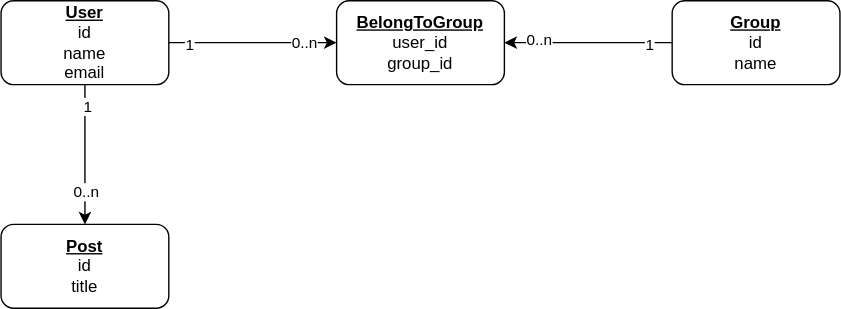
Above: sample.drawio.svg in shimopino/typeorm-practices (draw.io), before the change. Source tidied: cells renumbered, new cells last; positions are measured from the earlier drawing's top-left corner, leaving out a move shared by most shapes. Its diagram source:
```xml
<mxGraphModel>
  <root>
    <mxCell id="0" />
    <mxCell id="1" parent="0" />
    <mxCell id="2" style="edgeStyle=none;html=1;entryX=0;entryY=0.5;entryDx=0;entryDy=0;" parent="1" edge="1" source="8" target="13">
      <mxGeometry relative="1" as="geometry" />
    </mxCell>
    <mxCell id="3" value="1" style="edgeLabel;html=1;align=center;verticalAlign=middle;" parent="2" vertex="1">
      <mxGeometry x="-0.77" y="-1" relative="1" as="geometry" />
    </mxCell>
    <mxCell id="4" value="0..n" style="edgeLabel;html=1;align=center;verticalAlign=middle;" parent="2" vertex="1">
      <mxGeometry x="0.6" y="1" relative="1" as="geometry" />
    </mxCell>
    <mxCell id="5" style="edgeStyle=none;html=1;entryX=0.5;entryY=0;entryDx=0;entryDy=0;" parent="1" edge="1" source="8" target="14">
      <mxGeometry relative="1" as="geometry" />
    </mxCell>
    <mxCell id="6" value="1" style="edgeLabel;html=1;align=center;verticalAlign=middle;" parent="5" vertex="1">
      <mxGeometry x="-0.7" y="1" relative="1" as="geometry" />
    </mxCell>
    <mxCell id="7" value="0..n" style="edgeLabel;html=1;align=center;verticalAlign=middle;" parent="5" vertex="1">
      <mxGeometry x="0.52" y="3" relative="1" as="geometry">
        <mxPoint x="-3" as="offset" />
      </mxGeometry>
    </mxCell>
    <mxCell id="8" value="&lt;b&gt;&lt;u&gt;User&lt;/u&gt;&lt;/b&gt;&lt;br&gt;id&lt;br&gt;name&lt;br&gt;email" style="rounded=1;whiteSpace=wrap;html=1;" parent="1" vertex="1">
      <mxGeometry width="120" height="60" as="geometry" />
    </mxCell>
    <mxCell id="9" style="edgeStyle=none;html=1;entryX=1;entryY=0.5;entryDx=0;entryDy=0;" parent="1" edge="1" source="12" target="13">
      <mxGeometry relative="1" as="geometry" />
    </mxCell>
    <mxCell id="10" value="1" style="edgeLabel;html=1;align=center;verticalAlign=middle;" parent="9" vertex="1">
      <mxGeometry x="-0.72" y="1" relative="1" as="geometry" />
    </mxCell>
    <mxCell id="11" value="0..n" style="edgeLabel;html=1;align=center;verticalAlign=middle;" parent="9" vertex="1">
      <mxGeometry x="0.6" y="-3" relative="1" as="geometry" />
    </mxCell>
    <mxCell id="12" value="&lt;b&gt;&lt;u&gt;Group&lt;/u&gt;&lt;/b&gt;&lt;br&gt;id&lt;br&gt;name" style="rounded=1;whiteSpace=wrap;html=1;" parent="1" vertex="1">
      <mxGeometry x="480" width="120" height="60" as="geometry" />
    </mxCell>
    <mxCell id="13" value="&lt;b&gt;&lt;u&gt;BelongToGroup&lt;br&gt;&lt;/u&gt;&lt;/b&gt;user_id&lt;br&gt;group_id" style="rounded=1;whiteSpace=wrap;html=1;" parent="1" vertex="1">
      <mxGeometry x="240" width="120" height="60" as="geometry" />
    </mxCell>
    <mxCell id="14" value="&lt;b&gt;&lt;u&gt;Post&lt;/u&gt;&lt;/b&gt;&lt;br&gt;id&lt;br&gt;title" style="rounded=1;whiteSpace=wrap;html=1;" parent="1" vertex="1">
      <mxGeometry y="160" width="120" height="60" as="geometry" />
    </mxCell>
  </root>
</mxGraphModel>
```
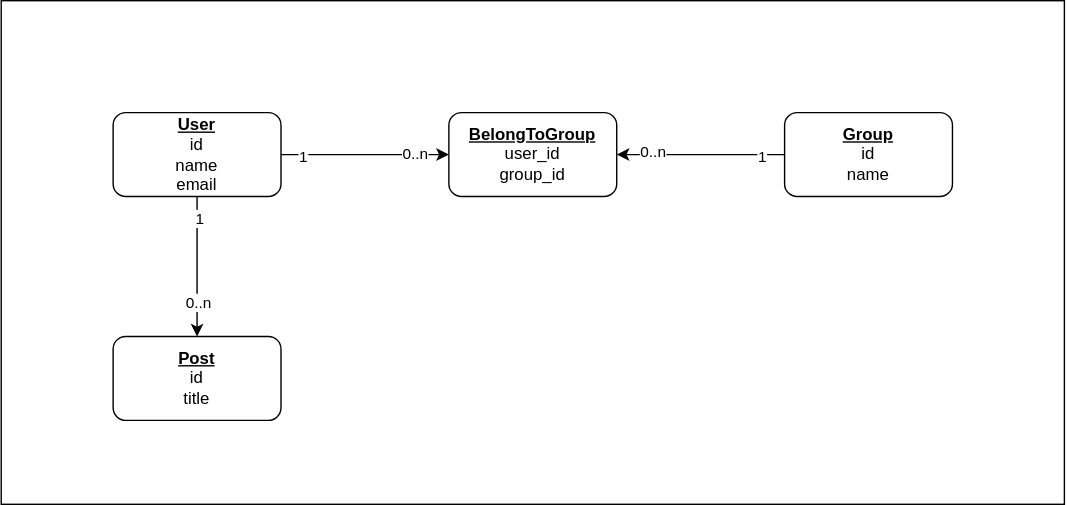
The same file after the commit.

Commit message:
feat: ダークテーマでも見れるように背景色を設定

Change to the diagram source:
```diff
@@ -2,6 +2,9 @@
   <root>
     <mxCell id="0" />
     <mxCell id="1" parent="0" />
+    <mxCell id="15" style="rounded=0;whiteSpace=wrap;html=1;" parent="1" vertex="1">
+      <mxGeometry x="-80" y="-80" width="760" height="360" as="geometry" />
+    </mxCell>
     <mxCell id="2" style="edgeStyle=none;html=1;entryX=0;entryY=0.5;entryDx=0;entryDy=0;" parent="1" edge="1" source="8" target="13">
       <mxGeometry relative="1" as="geometry" />
     </mxCell>
```
